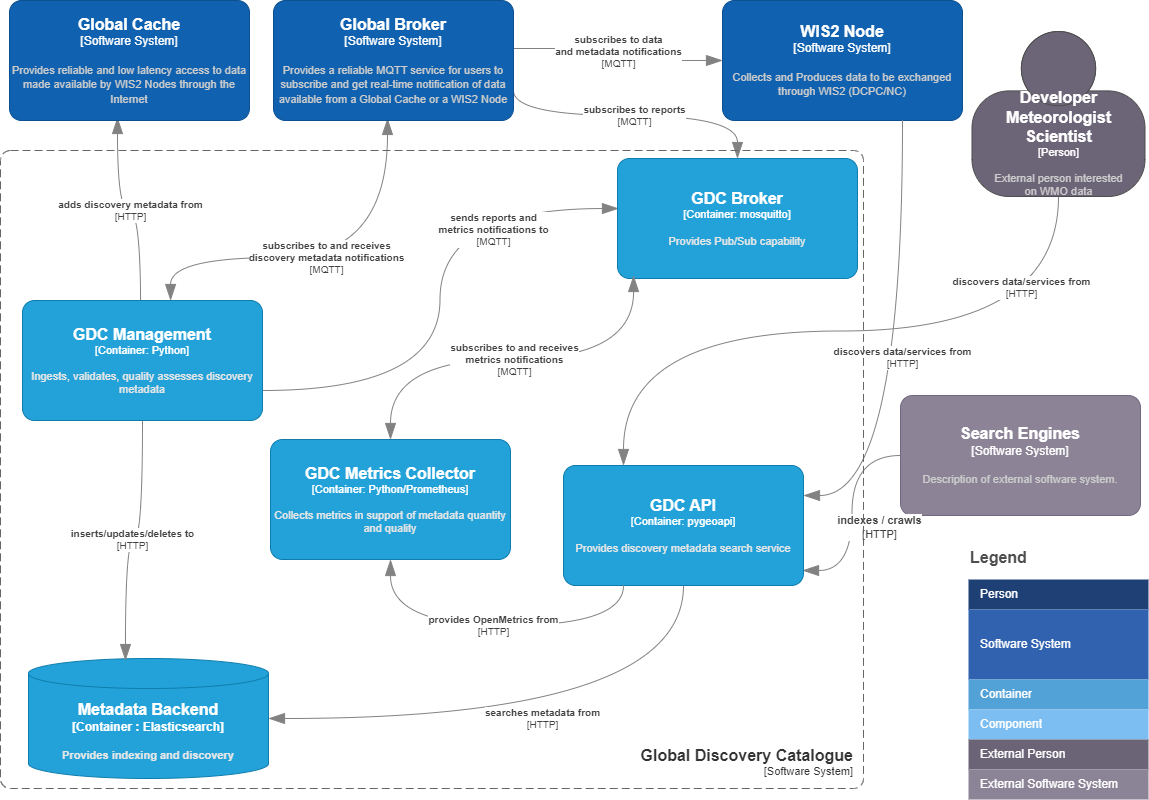
This is docs/architecture/c4.container.png from wmo-im/wis2-gdc, a draw.io export, as it was before one commit. Source tidied: cells renumbered, new cells last; positions are measured from the earlier drawing's top-left corner, leaving out a move shared by most shapes.
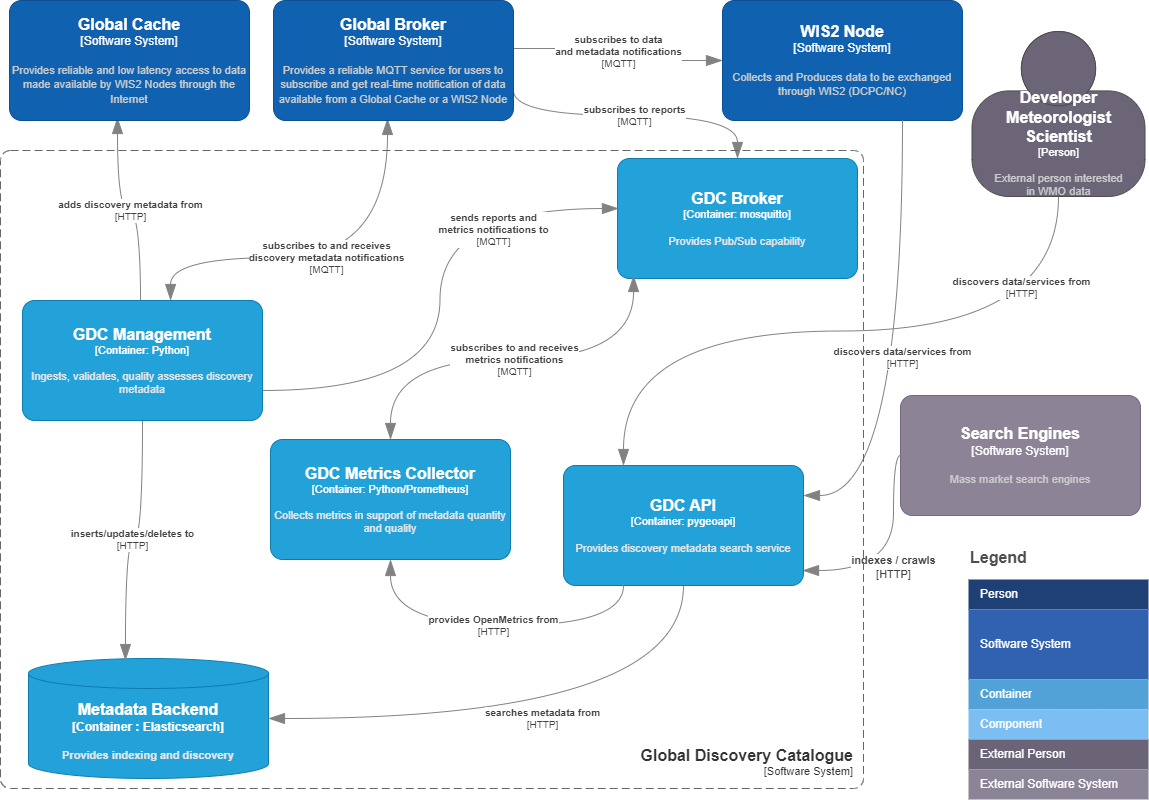
The same file after the commit.

Commit message:
update architecture diagram

The edit, as a diff of the source:
```diff
@@ -36,14 +36,19 @@
         <mxGeometry relative="1" as="geometry" />
       </mxCell>
     </object>
-    <object id="12" label="&lt;font style=&quot;font-size: 16px&quot;&gt;&lt;b&gt;%c4Name%&lt;/b&gt;&lt;/font&gt;&lt;div&gt;[%c4Type%]&lt;/div&gt;&lt;br&gt;&lt;div&gt;&lt;font style=&quot;font-size: 11px&quot;&gt;&lt;font color=&quot;#cccccc&quot;&gt;%c4Description%&lt;/font&gt;&lt;/div&gt;" c4Description="Description of external software system." c4Name="Search Engines" c4Type="Software System" placeholders="1">
+    <object id="12" label="&lt;font style=&quot;font-size: 16px&quot;&gt;&lt;b&gt;%c4Name%&lt;/b&gt;&lt;/font&gt;&lt;div&gt;[%c4Type%]&lt;/div&gt;&lt;br&gt;&lt;div&gt;&lt;font style=&quot;font-size: 11px&quot;&gt;&lt;font color=&quot;#cccccc&quot;&gt;%c4Description%&lt;/font&gt;&lt;/div&gt;" c4Description="Mass market search engines" c4Name="Search Engines" c4Type="Software System" placeholders="1">
       <mxCell style="rounded=1;whiteSpace=wrap;html=1;labelBackgroundColor=none;fillColor=#8C8496;fontColor=#ffffff;align=center;arcSize=10;strokeColor=#736782;points=[[0.25,0,0],[0.5,0,0],[0.75,0,0],[1,0.25,0],[1,0.5,0],[1,0.75,0],[0.75,1,0],[0.5,1,0],[0.25,1,0],[0,0.75,0],[0,0.5,0],[0,0.25,0]];" parent="1" vertex="1">
         <mxGeometry x="900" y="395" width="240" height="120" as="geometry" />
       </mxCell>
     </object>
     <object id="13" label="&lt;div style=&quot;text-align: left; font-size: 11px;&quot;&gt;&lt;div style=&quot;text-align: center; font-size: 11px;&quot;&gt;&lt;b style=&quot;font-size: 11px;&quot;&gt;%c4Description%&lt;/b&gt;&lt;/div&gt;&lt;div style=&quot;text-align: center; font-size: 11px;&quot;&gt;[%c4Technology%]&lt;/div&gt;&lt;/div&gt;" c4Description="indexes / crawls" c4Technology="HTTP" c4Type="Relationship" placeholders="1">
       <mxCell style="endArrow=blockThin;html=1;fontSize=11;fontColor=#404040;strokeWidth=1;endFill=1;strokeColor=#828282;elbow=vertical;endSize=14;startSize=14;jumpStyle=arc;jumpSize=16;rounded=0;edgeStyle=orthogonalEdgeStyle;curved=1;exitX=0;exitY=0.5;exitDx=0;exitDy=0;exitPerimeter=0;entryX=0.996;entryY=0.875;entryDx=0;entryDy=0;entryPerimeter=0;" parent="1" edge="1" source="12" target="23">
-        <mxGeometry x="0.13" y="27" relative="1" as="geometry" />
+        <mxGeometry x="0.12" relative="1" as="geometry">
+          <Array as="points">
+            <mxPoint x="893" y="455" />
+            <mxPoint x="893" y="570" />
+          </Array>
+        </mxGeometry>
       </mxCell>
     </object>
     <object id="14" label="&lt;div style=&quot;text-align: left&quot;&gt;&lt;div style=&quot;text-align: center&quot;&gt;&lt;b&gt;%c4Description%&lt;/b&gt;&lt;/div&gt;&lt;div style=&quot;text-align: center&quot;&gt;[%c4Technology%]&lt;/div&gt;&lt;/div&gt;" c4Description="subscribes to and receives&#10;discovery metadata notifications" c4Technology="MQTT" c4Type="Relationship" placeholders="1">
@@ -116,7 +121,7 @@
         <mxGeometry y="150" width="863" height="638" as="geometry" />
       </mxCell>
     </object>
-    <object id="26" label="&lt;font style=&quot;font-size: 16px&quot;&gt;&lt;b&gt;%c4Name%&lt;/b&gt;&lt;/font&gt;&lt;div&gt;[%c4Type%]&lt;/div&gt;&lt;br&gt;&lt;div&gt;&lt;font style=&quot;font-size: 11px&quot;&gt;&lt;font color=&quot;#cccccc&quot;&gt;%c4Description%&lt;/font&gt;&lt;/div&gt;" c4Description="External person interested &#10;on WMO data" c4Name="Developer &#10;Meteorologist &#10;Scientist" c4Type="Person" placeholders="1">
+    <object id="26" label="&lt;font style=&quot;font-size: 16px&quot;&gt;&lt;b&gt;%c4Name%&lt;/b&gt;&lt;/font&gt;&lt;div&gt;[%c4Type%]&lt;/div&gt;&lt;br&gt;&lt;div&gt;&lt;font style=&quot;font-size: 11px&quot;&gt;&lt;font color=&quot;#cccccc&quot;&gt;%c4Description%&lt;/font&gt;&lt;/div&gt;" c4Description="External person interested &#10;in WMO data" c4Name="Developer &#10;Meteorologist &#10;Scientist" c4Type="Person" placeholders="1">
       <mxCell style="html=1;fontSize=11;dashed=0;whitespace=wrap;fillColor=#6C6477;strokeColor=#4D4D4D;fontColor=#ffffff;shape=mxgraph.c4.person2;align=center;points=[[0.5,0,0],[1,0.5,0],[1,0.75,0],[0.75,1,0],[0.5,1,0],[0.25,1,0],[0,0.75,0],[0,0.5,0]];" parent="1" vertex="1">
         <mxGeometry x="971.5" y="31" width="173" height="165" as="geometry" />
       </mxCell>
```
